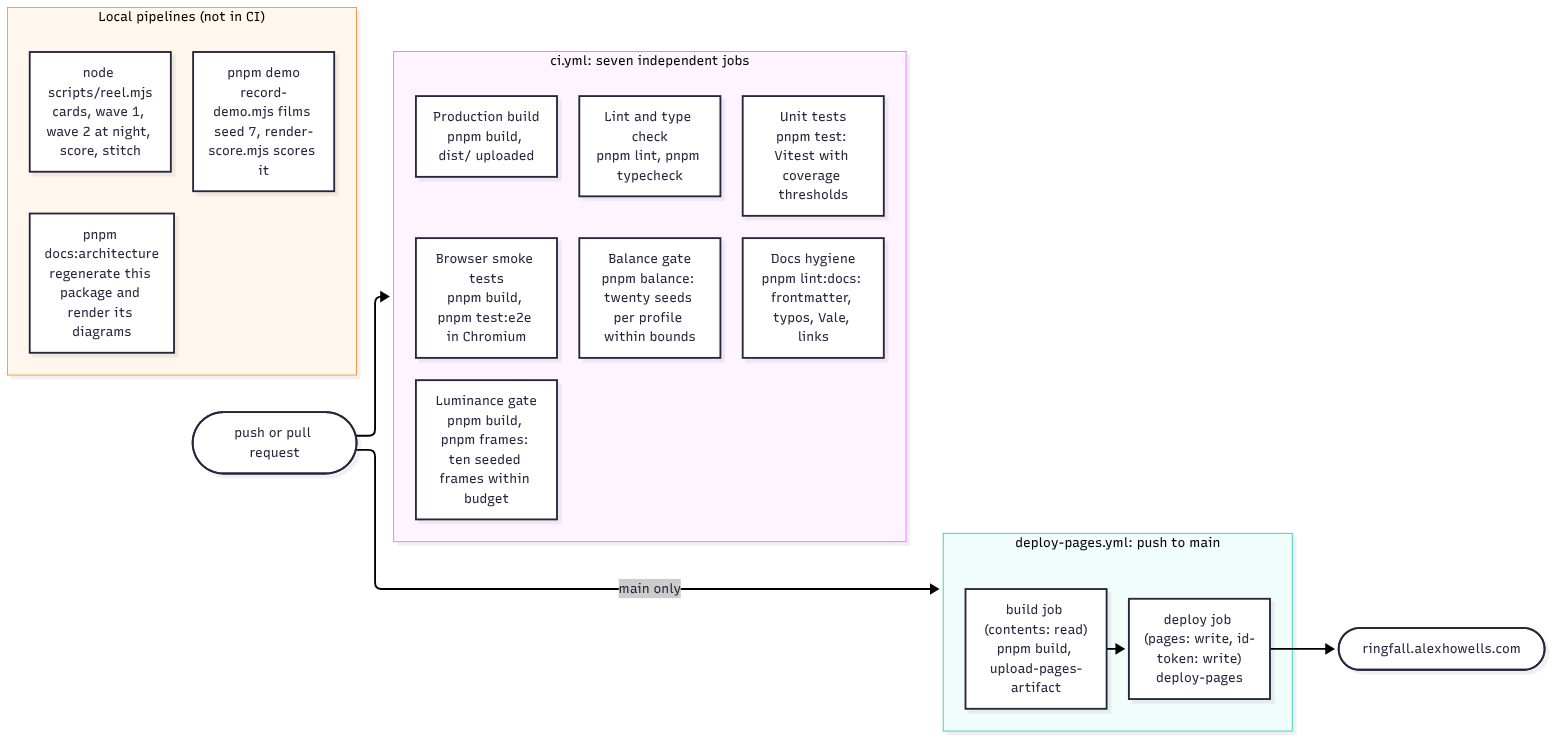
Earlier version of the Mermaid export docs/architecture/render/build.png (agh/ringfall). Its source is kept beside it as docs/architecture/diagrams/build.mmd.
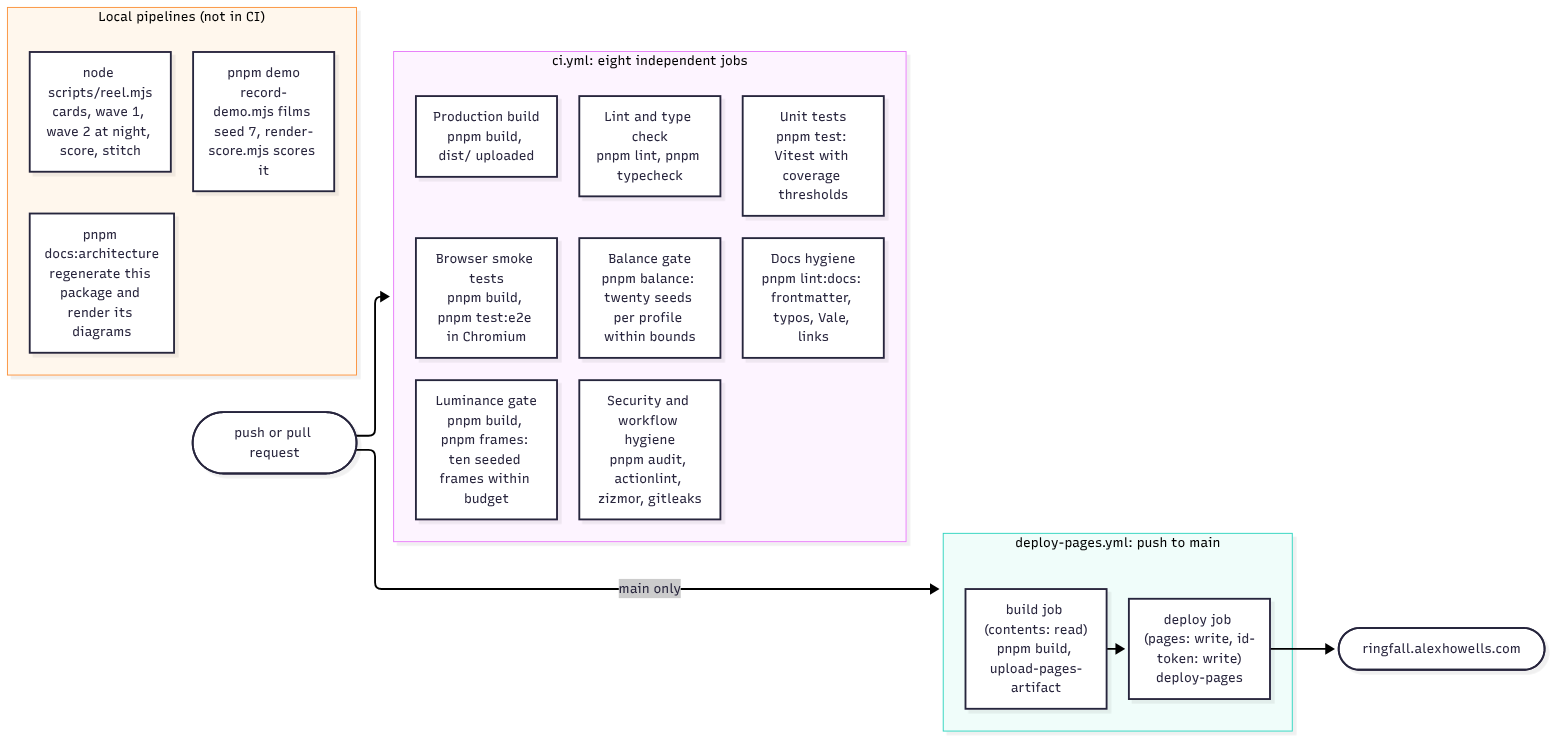
The same file after the commit.

What changed in the source:
```diff
@@ -1,7 +1,7 @@
 %%{init: {"flowchart": {"curve": "basis"}} }%%
 flowchart LR
   push(["push or pull request"])
-  subgraph ciwf["ci.yml: seven independent jobs"]
+  subgraph ciwf["ci.yml: eight independent jobs"]
     direction TB
     lint["Lint and type check<br/>pnpm lint, pnpm typecheck"]
     unit["Unit tests<br/>pnpm test: Vitest with coverage thresholds"]
@@ -10,6 +10,7 @@
     build["Production build<br/>pnpm build, dist/ uploaded"]
     balance["Balance gate<br/>pnpm balance: twenty seeds per profile within bounds"]
     docs["Docs hygiene<br/>pnpm lint:docs: frontmatter, typos, Vale, links"]
+    security["Security and workflow hygiene<br/>pnpm audit, actionlint, zizmor, gitleaks"]
   end
   subgraph pagewf["deploy-pages.yml: push to main"]
     direction TB
```
